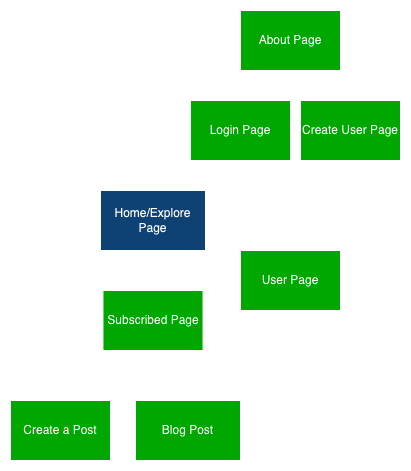
This is assets/Sitemap.png from CST339/blogsite, a draw.io export, as it was before one commit. Source tidied: cells renumbered, new cells last; positions are measured from the earlier drawing's top-left corner, leaving out a move shared by most shapes.
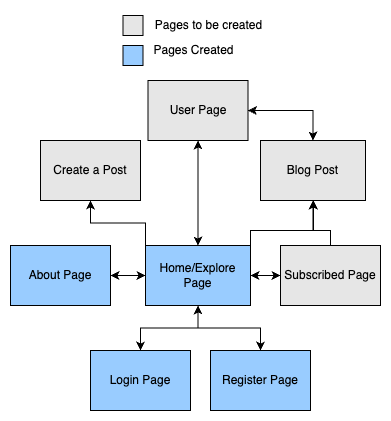
Above is the later version.

What changed in the source:
```diff
@@ -2,107 +2,93 @@
   <root>
     <mxCell id="0" />
     <mxCell id="1" parent="0" />
+    <mxCell id="22" style="edgeStyle=orthogonalEdgeStyle;rounded=0;jettySize=auto;html=1;entryX=0.5;entryY=0;entryDx=0;entryDy=0;" parent="1" edge="1" source="7" target="9">
+      <mxGeometry relative="1" as="geometry" />
+    </mxCell>
+    <mxCell id="23" style="edgeStyle=orthogonalEdgeStyle;rounded=0;jettySize=auto;html=1;" parent="1" edge="1" source="7" target="11">
+      <mxGeometry relative="1" as="geometry" />
+    </mxCell>
-    <mxCell id="2" style="edgeStyle=orthogonalEdgeStyle;rounded=0;jettySize=auto;html=1;entryX=0;entryY=0.5;entryDx=0;entryDy=0;" parent="1" edge="1" source="7" target="19">
-      <mxGeometry relative="1" as="geometry">
-        <Array as="points">
-          <mxPoint x="150" y="30" />
-        </Array>
-      </mxGeometry>
+    <mxCell id="2" style="edgeStyle=orthogonalEdgeStyle;rounded=0;jettySize=auto;html=1;" parent="1" edge="1" source="7" target="19">
+      <mxGeometry relative="1" as="geometry" />
     </mxCell>
+    <mxCell id="4" style="edgeStyle=orthogonalEdgeStyle;rounded=0;jettySize=auto;html=1;entryX=0;entryY=0.5;entryDx=0;entryDy=0;" parent="1" edge="1" source="7" target="14">
+      <mxGeometry relative="1" as="geometry" />
+    </mxCell>
-    <mxCell id="3" style="edgeStyle=orthogonalEdgeStyle;rounded=0;jettySize=auto;html=1;entryX=0;entryY=0.5;entryDx=0;entryDy=0;" parent="1" edge="1" source="7" target="15">
-      <mxGeometry relative="1" as="geometry">
-        <Array as="points">
-          <mxPoint x="170" y="270" />
-        </Array>
-      </mxGeometry>
+    <mxCell id="3" style="edgeStyle=orthogonalEdgeStyle;rounded=0;jettySize=auto;html=1;entryX=0.5;entryY=1;entryDx=0;entryDy=0;" parent="1" edge="1" source="7" target="15">
+      <mxGeometry relative="1" as="geometry" />
     </mxCell>
-    <mxCell id="4" style="edgeStyle=orthogonalEdgeStyle;rounded=0;jettySize=auto;html=1;entryX=0.5;entryY=0;entryDx=0;entryDy=0;" parent="1" edge="1" source="7" target="14">
-      <mxGeometry relative="1" as="geometry" />
-    </mxCell>
+    <mxCell id="6" style="edgeStyle=orthogonalEdgeStyle;rounded=0;jettySize=auto;html=1;exitX=0;exitY=0;exitDx=0;exitDy=0;" parent="1" edge="1" source="7" target="21">
+      <mxGeometry relative="1" as="geometry" />
+    </mxCell>
-    <mxCell id="5" style="edgeStyle=orthogonalEdgeStyle;rounded=0;jettySize=auto;html=1;entryX=0.5;entryY=0;entryDx=0;entryDy=0;" parent="1" edge="1" source="7" target="16">
+    <mxCell id="5" style="edgeStyle=orthogonalEdgeStyle;rounded=0;jettySize=auto;html=1;exitX=1;exitY=0;exitDx=0;exitDy=0;entryX=0.5;entryY=1;entryDx=0;entryDy=0;" parent="1" edge="1" source="7" target="16">
       <mxGeometry relative="1" as="geometry">
         <Array as="points">
-          <mxPoint x="50" y="210" />
-          <mxPoint x="50" y="370" />
-          <mxPoint x="178" y="370" />
+          <mxPoint x="230" y="-10" />
+          <mxPoint x="293" y="-10" />
         </Array>
       </mxGeometry>
     </mxCell>
-    <mxCell id="6" style="edgeStyle=orthogonalEdgeStyle;rounded=0;jettySize=auto;html=1;" parent="1" edge="1" source="7" target="21">
-      <mxGeometry relative="1" as="geometry">
-        <Array as="points">
-          <mxPoint x="50" y="210" />
-        </Array>
-      </mxGeometry>
-    </mxCell>
     <mxCell id="7" value="Home/Explore Page" style="rounded=0;whiteSpace=wrap;html=1;fillColor=#99CCFF;" parent="1" vertex="1">
-      <mxGeometry x="90" y="180" width="105" height="60" as="geometry" />
+      <mxGeometry x="125" y="5" width="105" height="60" as="geometry" />
     </mxCell>
-    <mxCell id="8" style="edgeStyle=orthogonalEdgeStyle;rounded=0;jettySize=auto;html=1;entryX=1;entryY=0.5;entryDx=0;entryDy=0;" parent="1" edge="1" source="9" target="7">
-      <mxGeometry relative="1" as="geometry" />
-    </mxCell>
-    <mxCell id="9" value="Login Page" style="rounded=0;whiteSpace=wrap;html=1;fillColor=#00CC00;" parent="1" vertex="1">
-      <mxGeometry x="180" y="90" width="100" height="60" as="geometry" />
+    <mxCell id="9" value="Login Page" style="rounded=0;whiteSpace=wrap;html=1;fillColor=#99CCFF;" parent="1" vertex="1">
+      <mxGeometry x="70" y="110" width="100" height="60" as="geometry" />
     </mxCell>
-    <mxCell id="10" style="edgeStyle=orthogonalEdgeStyle;rounded=0;jettySize=auto;html=1;entryX=1;entryY=0.5;entryDx=0;entryDy=0;" parent="1" edge="1" source="11" target="7">
-      <mxGeometry relative="1" as="geometry">
-        <Array as="points">
-          <mxPoint x="340" y="210" />
-        </Array>
-      </mxGeometry>
+    <mxCell id="10" style="edgeStyle=orthogonalEdgeStyle;rounded=0;jettySize=auto;html=1;entryX=0.5;entryY=1;entryDx=0;entryDy=0;" parent="1" edge="1" source="11" target="7">
+      <mxGeometry relative="1" as="geometry" />
     </mxCell>
-    <mxCell id="11" value="Create User Page" style="rounded=0;whiteSpace=wrap;html=1;fillColor=#00CC00;" parent="1" vertex="1">
-      <mxGeometry x="290" y="90" width="100" height="60" as="geometry" />
+    <mxCell id="11" value="Register Page" style="rounded=0;whiteSpace=wrap;html=1;fillColor=#99CCFF;" parent="1" vertex="1">
+      <mxGeometry x="190" y="110" width="100" height="60" as="geometry" />
     </mxCell>
+    <mxCell id="24" style="edgeStyle=orthogonalEdgeStyle;rounded=0;jettySize=auto;html=1;exitX=0;exitY=0.5;exitDx=0;exitDy=0;entryX=1;entryY=0.5;entryDx=0;entryDy=0;" parent="1" edge="1" source="14" target="7">
+      <mxGeometry relative="1" as="geometry" />
+    </mxCell>
-    <mxCell id="12" style="edgeStyle=orthogonalEdgeStyle;rounded=0;jettySize=auto;html=1;entryX=0.5;entryY=0;entryDx=0;entryDy=0;" parent="1" edge="1" source="14" target="16">
+    <mxCell id="12" style="edgeStyle=orthogonalEdgeStyle;rounded=0;jettySize=auto;html=1;" parent="1" edge="1" source="14" target="16">
       <mxGeometry relative="1" as="geometry">
         <Array as="points">
-          <mxPoint x="142" y="370" />
-          <mxPoint x="178" y="370" />
+          <mxPoint x="310" y="-10" />
+          <mxPoint x="293" y="-10" />
         </Array>
       </mxGeometry>
     </mxCell>
-    <mxCell id="13" style="edgeStyle=orthogonalEdgeStyle;rounded=0;jettySize=auto;html=1;entryX=0;entryY=0.5;entryDx=0;entryDy=0;" parent="1" edge="1" source="14" target="15">
-      <mxGeometry relative="1" as="geometry">
-        <Array as="points">
-          <mxPoint x="200" y="310" />
-          <mxPoint x="200" y="270" />
-        </Array>
-      </mxGeometry>
-    </mxCell>
-    <mxCell id="14" value="Subscribed Page" style="rounded=0;whiteSpace=wrap;html=1;fillColor=#00CC00;" parent="1" vertex="1">
-      <mxGeometry x="92.5" y="280" width="100" height="60" as="geometry" />
+    <mxCell id="14" value="Subscribed Page" style="rounded=0;whiteSpace=wrap;html=1;fillColor=#E6E6E6;" parent="1" vertex="1">
+      <mxGeometry x="260" y="5" width="100" height="60" as="geometry" />
     </mxCell>
+    <mxCell id="25" style="edgeStyle=orthogonalEdgeStyle;rounded=0;jettySize=auto;html=1;entryX=0.5;entryY=0;entryDx=0;entryDy=0;" parent="1" edge="1" source="15" target="7">
+      <mxGeometry relative="1" as="geometry" />
+    </mxCell>
+    <mxCell id="20" style="edgeStyle=orthogonalEdgeStyle;rounded=0;jettySize=auto;html=1;entryX=0.5;entryY=0;entryDx=0;entryDy=0;" parent="1" edge="1" source="15" target="16">
+      <mxGeometry relative="1" as="geometry" />
+    </mxCell>
-    <mxCell id="15" value="User Page" style="rounded=0;whiteSpace=wrap;html=1;fillColor=#00CC00;" parent="1" vertex="1">
-      <mxGeometry x="230" y="240" width="100" height="60" as="geometry" />
+    <mxCell id="15" value="User Page" style="rounded=0;whiteSpace=wrap;html=1;fillColor=#E6E6E6;" parent="1" vertex="1">
+      <mxGeometry x="127.5" y="-160" width="100" height="60" as="geometry" />
     </mxCell>
+    <mxCell id="26" style="edgeStyle=orthogonalEdgeStyle;rounded=0;jettySize=auto;html=1;exitX=0.5;exitY=0;exitDx=0;exitDy=0;" parent="1" edge="1" source="16" target="15">
+      <mxGeometry relative="1" as="geometry" />
+    </mxCell>
-    <mxCell id="16" value="Blog Post" style="rounded=0;whiteSpace=wrap;html=1;fillColor=#00CC00;" parent="1" vertex="1">
-      <mxGeometry x="125" y="390" width="105" height="60" as="geometry" />
+    <mxCell id="16" value="Blog Post" style="rounded=0;whiteSpace=wrap;html=1;fillColor=#E6E6E6;" parent="1" vertex="1">
+      <mxGeometry x="240" y="-100" width="105" height="60" as="geometry" />
     </mxCell>
-    <mxCell id="17" style="edgeStyle=orthogonalEdgeStyle;rounded=0;jettySize=auto;html=1;entryX=0.5;entryY=0;entryDx=0;entryDy=0;" parent="1" edge="1" source="19" target="9">
-      <mxGeometry relative="1" as="geometry">
-        <Array as="points">
-          <mxPoint x="260" y="80" />
-          <mxPoint x="230" y="80" />
-        </Array>
-      </mxGeometry>
-    </mxCell>
-    <mxCell id="18" style="edgeStyle=orthogonalEdgeStyle;rounded=0;jettySize=auto;html=1;exitX=0.75;exitY=1;exitDx=0;exitDy=0;entryX=0.5;entryY=0;entryDx=0;entryDy=0;" parent="1" edge="1" source="19" target="11">
-      <mxGeometry relative="1" as="geometry" />
-    </mxCell>
+    <mxCell id="27" style="edgeStyle=orthogonalEdgeStyle;rounded=0;jettySize=auto;html=1;entryX=0;entryY=0.5;entryDx=0;entryDy=0;" parent="1" edge="1" source="19" target="7">
+      <mxGeometry relative="1" as="geometry" />
+    </mxCell>
-    <mxCell id="19" value="About Page" style="rounded=0;whiteSpace=wrap;html=1;fillColor=#00CC00;" parent="1" vertex="1">
-      <mxGeometry x="230" width="100" height="60" as="geometry" />
+    <mxCell id="19" value="About Page" style="rounded=0;whiteSpace=wrap;html=1;fillColor=#99CCFF;" parent="1" vertex="1">
+      <mxGeometry x="-10" y="5" width="100" height="60" as="geometry" />
     </mxCell>
-    <mxCell id="20" style="edgeStyle=orthogonalEdgeStyle;rounded=0;jettySize=auto;html=1;entryX=0.5;entryY=0;entryDx=0;entryDy=0;" parent="1" edge="1" source="15" target="16">
-      <mxGeometry relative="1" as="geometry">
-        <Array as="points">
-          <mxPoint x="290" y="370" />
-          <mxPoint x="178" y="370" />
-        </Array>
-      </mxGeometry>
-    </mxCell>
-    <mxCell id="21" value="Create a Post" style="rounded=0;whiteSpace=wrap;html=1;fillColor=#00CC00;" parent="1" vertex="1">
-      <mxGeometry y="390" width="100" height="60" as="geometry" />
+    <mxCell id="21" value="Create a Post" style="rounded=0;whiteSpace=wrap;html=1;fillColor=#E6E6E6;" parent="1" vertex="1">
+      <mxGeometry x="20" y="-100" width="100" height="60" as="geometry" />
     </mxCell>
+    <mxCell id="28" style="rounded=0;whiteSpace=wrap;html=1;fillColor=#E6E6E6;" parent="1" vertex="1">
+      <mxGeometry x="102.5" y="-225" width="20" height="20" as="geometry" />
+    </mxCell>
+    <mxCell id="29" style="rounded=0;whiteSpace=wrap;html=1;fillColor=#99CCFF;" parent="1" vertex="1">
+      <mxGeometry x="102.5" y="-195" width="20" height="20" as="geometry" />
+    </mxCell>
+    <mxCell id="30" value="Pages to be created" style="text;html=1;align=center;verticalAlign=middle;strokeColor=none;fillColor=none;" parent="1" vertex="1">
+      <mxGeometry x="122.5" y="-230" width="130" height="30" as="geometry" />
+    </mxCell>
+    <mxCell id="31" value="Pages Created" style="text;html=1;align=center;verticalAlign=middle;strokeColor=none;fillColor=none;" parent="1" vertex="1">
+      <mxGeometry x="122.5" y="-205" width="100" height="30" as="geometry" />
+    </mxCell>
   </root>
 </mxGraphModel>
```
